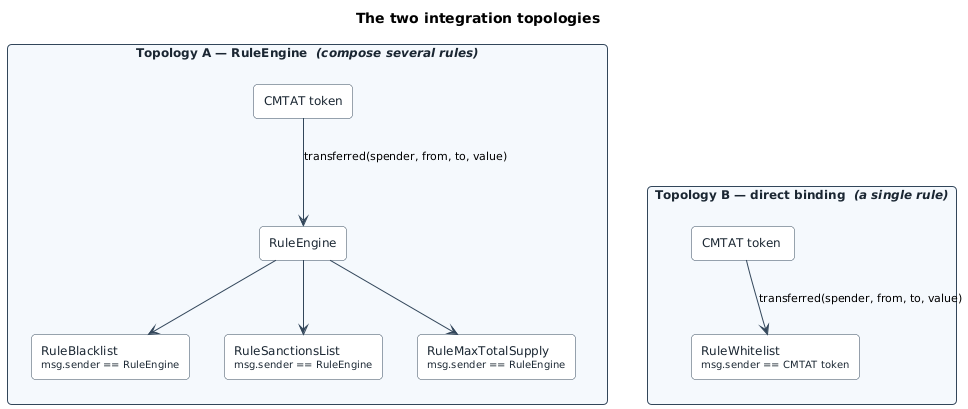
Above: doc/schema/architecture-topologies.png in backupees/Rules (PlantUML), before the change.
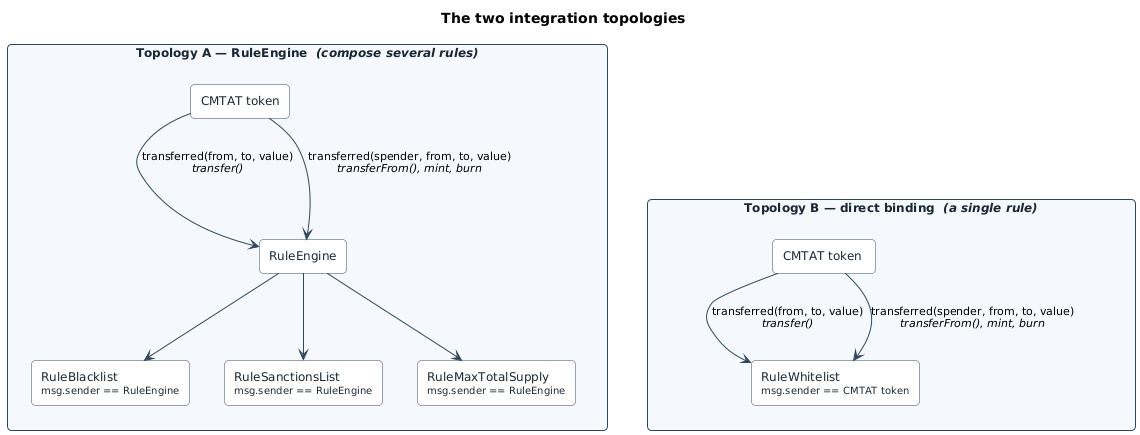
After the change.

Commit message:
test(ownable2step): cover the conditional-transfer binding and approval authorization hooks; docs: add ERC-3643 architecture diagrams and record the README split

The edit, as a diff of the source:
```diff
@@ -21,7 +21,8 @@
   rectangle "RuleSanctionsList\n<size:10>msg.sender == RuleEngine</size>" as r2
   rectangle "RuleMaxTotalSupply\n<size:10>msg.sender == RuleEngine</size>" as r3
 
-  tokenA -down-> engine : transferred(spender, from, to, value)
+  tokenA -down-> engine : transferred(from, to, value)\n//transfer()//
+tokenA -down-> engine : transferred(spender, from, to, value)\n//transferFrom(), mint, burn//
   engine -down-> r1
   engine -down-> r2
   engine -down-> r3
@@ -31,7 +32,8 @@
   rectangle "CMTAT token " as tokenB
   rectangle "RuleWhitelist\n<size:10>msg.sender == CMTAT token</size>" as ruleB
 
-  tokenB -down-> ruleB : transferred(spender, from, to, value)
+  tokenB -down-> ruleB : transferred(from, to, value)\n//transfer()//
+tokenB -down-> ruleB : transferred(spender, from, to, value)\n//transferFrom(), mint, burn//
 }
 
 A -[hidden]down- B
```
